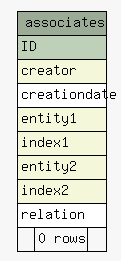
Above: diagrams/summary/associates.1degree.png in zeyosinc/zeyos-schema (Graphviz), before the change. Its source is kept beside it as diagrams/summary/associates.1degree.dot.
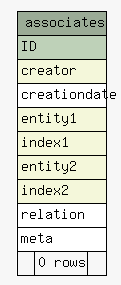
After the change.

What changed in the source:
```diff
@@ -27,6 +27,7 @@
       <TR><TD PORT="entity2" COLSPAN="3" BGCOLOR="#f4f7da" ALIGN="LEFT">entity2</TD></TR>
       <TR><TD PORT="index2" COLSPAN="3" BGCOLOR="#f4f7da" ALIGN="LEFT">index2</TD></TR>
       <TR><TD PORT="relation" COLSPAN="3" ALIGN="LEFT">relation</TD></TR>
+      <TR><TD PORT="meta" COLSPAN="3" ALIGN="LEFT">meta</TD></TR>
       <TR><TD ALIGN="LEFT" BGCOLOR="#f7f7f7">  </TD><TD ALIGN="RIGHT" BGCOLOR="#f7f7f7">0 rows</TD><TD ALIGN="RIGHT" BGCOLOR="#f7f7f7">  </TD></TR>
     </TABLE>>
     URL="tables/associates.html"
```
